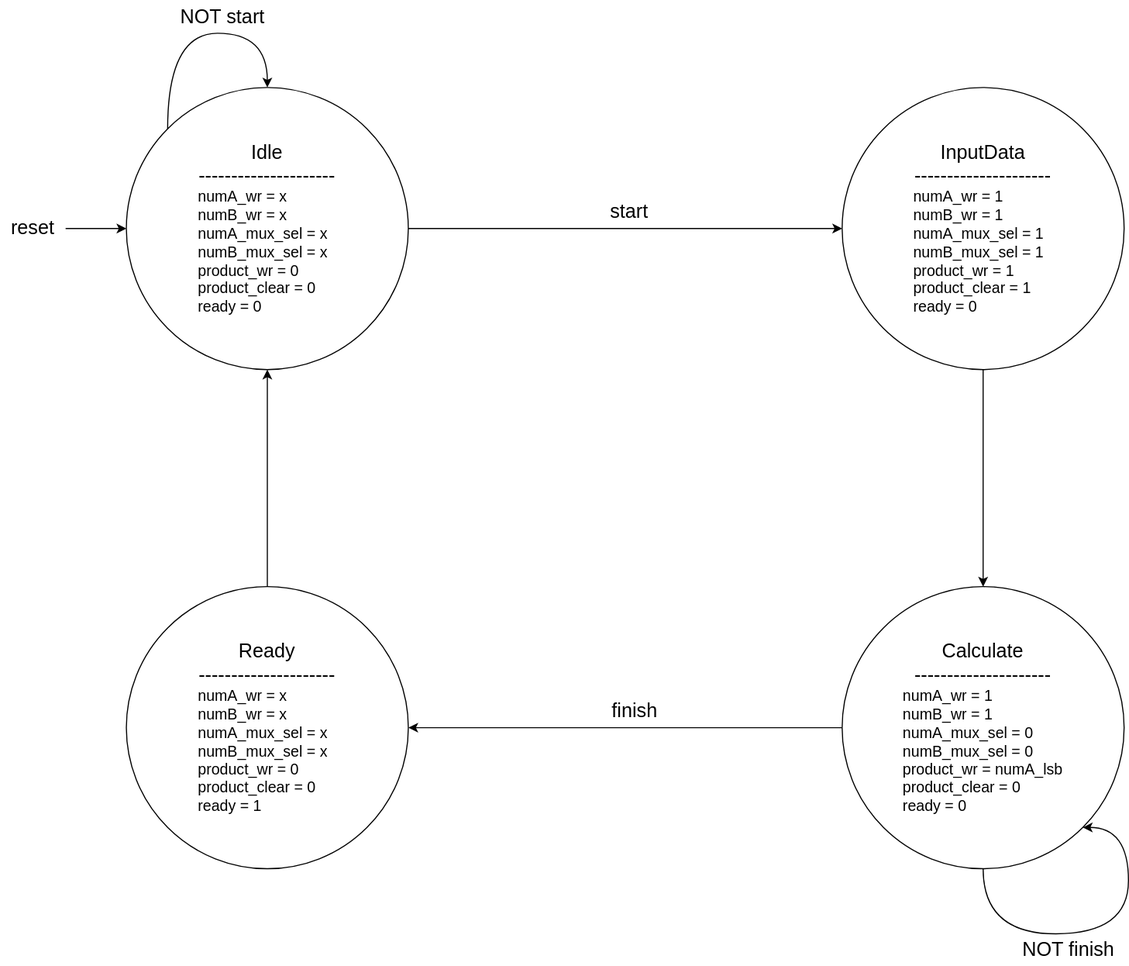
This is Tayyab/SequentialSignedMultiplier/docs/images/stg.drawio.svg from medsuet/Xcelerium-IC-Design-Training, a draw.io export, as it was before one commit. Source tidied: cells renumbered, new cells last; positions are measured from the earlier drawing's top-left corner, leaving out a move shared by most shapes.
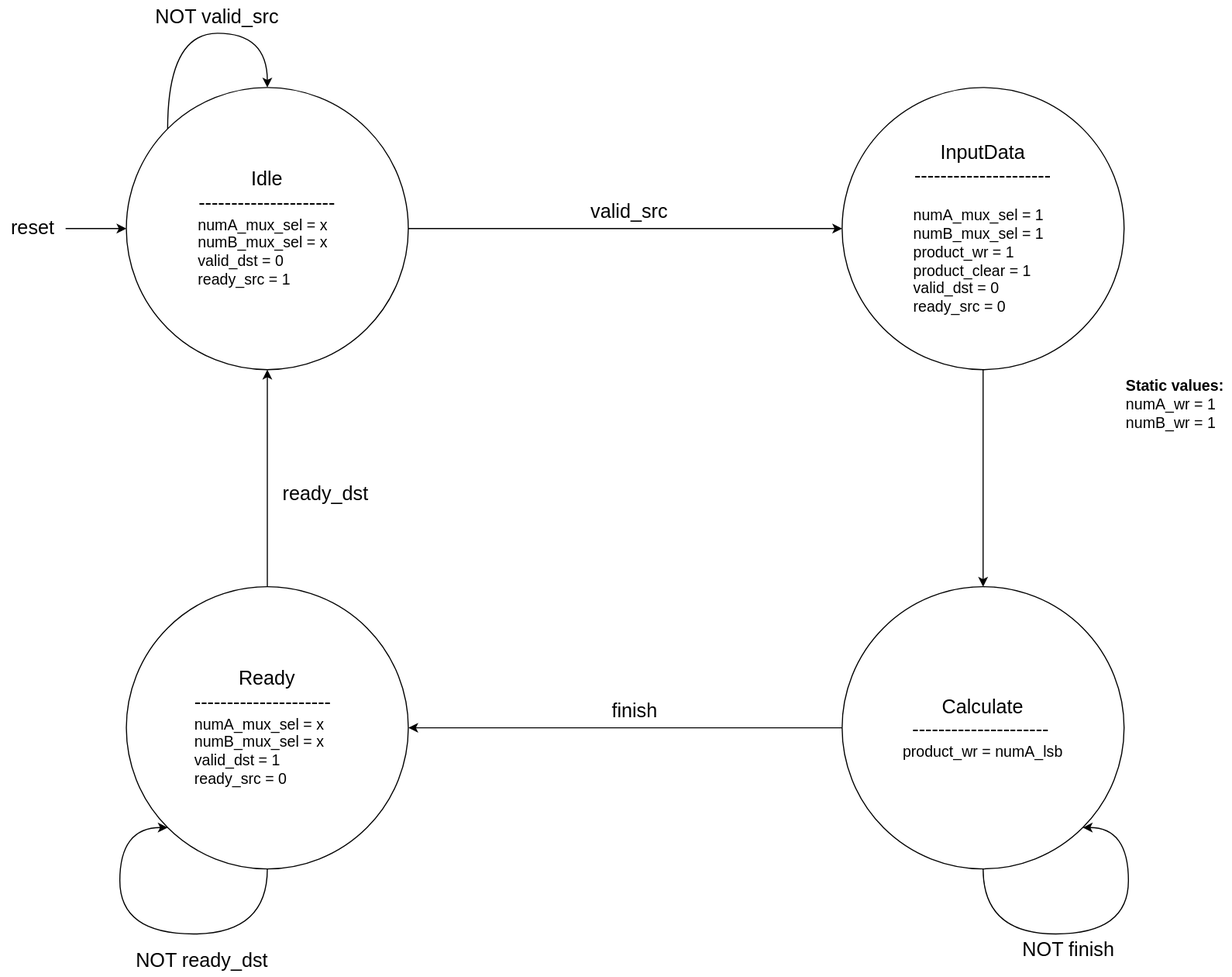
Later version of the same file.

Commit message:
Valid/ready interface on sequential signed multiplier

The edit, as a diff of the source:
```diff
@@ -5,23 +5,23 @@
     <mxCell id="2" style="edgeStyle=orthogonalEdgeStyle;rounded=0;jettySize=auto;html=1;exitX=1;exitY=0.5;exitDx=0;exitDy=0;entryX=0;entryY=0.5;entryDx=0;entryDy=0;" parent="1" edge="1" source="3" target="5">
       <mxGeometry relative="1" as="geometry" />
     </mxCell>
-    <mxCell id="3" value="&lt;font style=&quot;font-size: 18px;&quot;&gt;Idle&lt;/font&gt;&lt;div&gt;&lt;font style=&quot;font-size: 18px;&quot;&gt;---------------------&lt;/font&gt;&lt;/div&gt;&lt;div style=&quot;font-size: 14px;&quot;&gt;&lt;font style=&quot;font-size: 14px;&quot;&gt;&lt;div style=&quot;text-align: left;&quot;&gt;numA_wr = x&amp;nbsp;&lt;/div&gt;&lt;div style=&quot;text-align: left;&quot;&gt;numB_wr = x&amp;nbsp;&amp;nbsp;&lt;/div&gt;&lt;div style=&quot;text-align: left;&quot;&gt;numA_mux_sel = x&amp;nbsp;&lt;/div&gt;&lt;div style=&quot;text-align: left;&quot;&gt;numB_mux_sel = x&amp;nbsp;&amp;nbsp;&lt;/div&gt;&lt;div style=&quot;text-align: left;&quot;&gt;product_wr = 0&lt;/div&gt;&lt;div style=&quot;text-align: left;&quot;&gt;product_clear = 0&lt;/div&gt;&lt;div style=&quot;text-align: left;&quot;&gt;ready = 0&lt;/div&gt;&lt;/font&gt;&lt;/div&gt;" style="ellipse;whiteSpace=wrap;html=1;fontSize=18;" parent="1" vertex="1">
+    <mxCell id="3" value="&lt;font style=&quot;font-size: 18px;&quot;&gt;Idle&lt;/font&gt;&lt;div&gt;&lt;font style=&quot;font-size: 18px;&quot;&gt;---------------------&lt;/font&gt;&lt;/div&gt;&lt;div style=&quot;font-size: 14px;&quot;&gt;&lt;font style=&quot;font-size: 14px;&quot;&gt;&lt;div style=&quot;text-align: left;&quot;&gt;numA_mux_sel = x&amp;nbsp;&lt;/div&gt;&lt;div style=&quot;text-align: left;&quot;&gt;numB_mux_sel = x&amp;nbsp;&amp;nbsp;&lt;/div&gt;&lt;div style=&quot;text-align: left;&quot;&gt;valid_dst = 0&lt;/div&gt;&lt;div style=&quot;text-align: left;&quot;&gt;ready_src = 1&amp;nbsp;&lt;/div&gt;&lt;/font&gt;&lt;/div&gt;" style="ellipse;whiteSpace=wrap;html=1;fontSize=18;" parent="1" vertex="1">
       <mxGeometry x="116" y="80" width="260" height="260" as="geometry" />
     </mxCell>
     <mxCell id="4" style="edgeStyle=orthogonalEdgeStyle;rounded=0;jettySize=auto;html=1;exitX=0.5;exitY=1;exitDx=0;exitDy=0;entryX=0.5;entryY=0;entryDx=0;entryDy=0;" parent="1" edge="1" source="5" target="7">
       <mxGeometry relative="1" as="geometry" />
     </mxCell>
-    <mxCell id="5" value="&lt;font style=&quot;font-size: 18px;&quot;&gt;InputData&lt;/font&gt;&lt;div&gt;&lt;font style=&quot;font-size: 18px;&quot;&gt;---------------------&lt;/font&gt;&lt;/div&gt;&lt;div style=&quot;font-size: 14px;&quot;&gt;&lt;font style=&quot;font-size: 14px;&quot;&gt;&lt;div style=&quot;text-align: left;&quot;&gt;numA_wr = 1&amp;nbsp;&lt;/div&gt;&lt;div style=&quot;text-align: left;&quot;&gt;numB_wr = 1&amp;nbsp;&amp;nbsp;&lt;/div&gt;&lt;div style=&quot;text-align: left;&quot;&gt;numA_mux_sel = 1&lt;/div&gt;&lt;div style=&quot;text-align: left;&quot;&gt;numB_mux_sel = 1&amp;nbsp;&amp;nbsp;&lt;/div&gt;&lt;div style=&quot;text-align: left;&quot;&gt;product_wr = 1&lt;/div&gt;&lt;div style=&quot;text-align: left;&quot;&gt;product_clear = 1&lt;/div&gt;&lt;div style=&quot;text-align: left;&quot;&gt;ready = 0&lt;/div&gt;&lt;/font&gt;&lt;/div&gt;" style="ellipse;whiteSpace=wrap;html=1;fontSize=18;" parent="1" vertex="1">
+    <mxCell id="5" value="&lt;font style=&quot;font-size: 18px;&quot;&gt;InputData&lt;/font&gt;&lt;div&gt;&lt;font style=&quot;font-size: 18px;&quot;&gt;---------------------&lt;/font&gt;&lt;/div&gt;&lt;div style=&quot;font-size: 14px;&quot;&gt;&lt;font style=&quot;font-size: 14px;&quot;&gt;&lt;div style=&quot;text-align: left;&quot;&gt;&lt;br&gt;&lt;/div&gt;&lt;div style=&quot;text-align: left;&quot;&gt;numA_mux_sel = 1&lt;/div&gt;&lt;div style=&quot;text-align: left;&quot;&gt;numB_mux_sel = 1&amp;nbsp;&amp;nbsp;&lt;/div&gt;&lt;div style=&quot;text-align: left;&quot;&gt;product_wr = 1&lt;/div&gt;&lt;div style=&quot;text-align: left;&quot;&gt;product_clear = 1&lt;/div&gt;&lt;div style=&quot;text-align: left;&quot;&gt;&lt;div&gt;valid_dst = 0&lt;/div&gt;&lt;div&gt;ready_src = 0&amp;nbsp;&lt;/div&gt;&lt;/div&gt;&lt;/font&gt;&lt;/div&gt;" style="ellipse;whiteSpace=wrap;html=1;fontSize=18;" parent="1" vertex="1">
       <mxGeometry x="776" y="80" width="260" height="260" as="geometry" />
     </mxCell>
     <mxCell id="6" style="edgeStyle=orthogonalEdgeStyle;rounded=0;jettySize=auto;html=1;exitX=0;exitY=0.5;exitDx=0;exitDy=0;entryX=1;entryY=0.5;entryDx=0;entryDy=0;" parent="1" edge="1" source="7" target="12">
       <mxGeometry relative="1" as="geometry" />
     </mxCell>
-    <mxCell id="7" value="Calculate&lt;br&gt;&lt;div&gt;&lt;font style=&quot;font-size: 18px;&quot;&gt;---------------------&lt;/font&gt;&lt;/div&gt;&lt;div style=&quot;font-size: 14px;&quot;&gt;&lt;font style=&quot;font-size: 14px;&quot;&gt;&lt;div style=&quot;text-align: left;&quot;&gt;numA_wr = 1&amp;nbsp;&lt;/div&gt;&lt;div style=&quot;text-align: left;&quot;&gt;numB_wr = 1&amp;nbsp;&amp;nbsp;&lt;/div&gt;&lt;div style=&quot;text-align: left;&quot;&gt;numA_mux_sel = 0&amp;nbsp;&lt;/div&gt;&lt;div style=&quot;text-align: left;&quot;&gt;numB_mux_sel = 0&amp;nbsp;&amp;nbsp;&lt;/div&gt;&lt;div style=&quot;text-align: left;&quot;&gt;product_wr = numA_lsb&lt;/div&gt;&lt;div style=&quot;text-align: left;&quot;&gt;product_clear = 0&lt;/div&gt;&lt;div style=&quot;text-align: left;&quot;&gt;ready = 0&lt;/div&gt;&lt;/font&gt;&lt;/div&gt;" style="ellipse;whiteSpace=wrap;html=1;fontSize=18;" parent="1" vertex="1">
+    <mxCell id="7" value="Calculate&lt;br&gt;&lt;div&gt;&lt;font style=&quot;font-size: 18px;&quot;&gt;---------------------&lt;/font&gt;&lt;span style=&quot;background-color: initial; text-align: left; font-size: 14px;&quot;&gt;&amp;nbsp;&lt;/span&gt;&lt;/div&gt;&lt;div style=&quot;font-size: 14px;&quot;&gt;&lt;font style=&quot;font-size: 14px;&quot;&gt;&lt;div style=&quot;text-align: left;&quot;&gt;product_wr = numA_lsb&lt;/div&gt;&lt;/font&gt;&lt;/div&gt;" style="ellipse;whiteSpace=wrap;html=1;fontSize=18;" parent="1" vertex="1">
       <mxGeometry x="776" y="540" width="260" height="260" as="geometry" />
     </mxCell>
-    <mxCell id="8" value="start" style="text;html=1;align=center;verticalAlign=middle;whiteSpace=wrap;rounded=0;fontSize=18;" parent="1" vertex="1">
-      <mxGeometry x="550" y="180" width="60" height="30" as="geometry" />
+    <mxCell id="8" value="valid_src" style="text;html=1;align=center;verticalAlign=middle;whiteSpace=wrap;rounded=0;fontSize=18;" parent="1" vertex="1">
+      <mxGeometry x="530" y="180" width="100" height="30" as="geometry" />
     </mxCell>
     <mxCell id="9" value="NOT finish" style="text;html=1;align=center;verticalAlign=middle;whiteSpace=wrap;rounded=0;fontSize=18;" parent="1" vertex="1">
       <mxGeometry x="940" y="860" width="90" height="30" as="geometry" />
@@ -32,7 +32,7 @@
     <mxCell id="11" style="edgeStyle=orthogonalEdgeStyle;rounded=0;jettySize=auto;html=1;exitX=0.5;exitY=0;exitDx=0;exitDy=0;entryX=0.5;entryY=1;entryDx=0;entryDy=0;" parent="1" edge="1" source="12" target="3">
       <mxGeometry relative="1" as="geometry" />
     </mxCell>
-    <mxCell id="12" value="&lt;font style=&quot;font-size: 18px;&quot;&gt;Ready&lt;/font&gt;&lt;div&gt;&lt;font style=&quot;font-size: 18px;&quot;&gt;---------------------&lt;/font&gt;&lt;/div&gt;&lt;div style=&quot;font-size: 14px;&quot;&gt;&lt;font style=&quot;font-size: 14px;&quot;&gt;&lt;div style=&quot;text-align: left;&quot;&gt;numA_wr = x&amp;nbsp;&lt;/div&gt;&lt;div style=&quot;text-align: left;&quot;&gt;numB_wr = x&amp;nbsp;&amp;nbsp;&lt;/div&gt;&lt;div style=&quot;text-align: left;&quot;&gt;numA_mux_sel = x&amp;nbsp;&lt;/div&gt;&lt;div style=&quot;text-align: left;&quot;&gt;numB_mux_sel = x&amp;nbsp;&amp;nbsp;&lt;/div&gt;&lt;div style=&quot;text-align: left;&quot;&gt;product_wr = 0&lt;/div&gt;&lt;div style=&quot;text-align: left;&quot;&gt;product_clear = 0&lt;/div&gt;&lt;div style=&quot;text-align: left;&quot;&gt;ready = 1&lt;/div&gt;&lt;/font&gt;&lt;/div&gt;" style="ellipse;whiteSpace=wrap;html=1;fontSize=18;" parent="1" vertex="1">
+    <mxCell id="12" value="&lt;font style=&quot;font-size: 18px;&quot;&gt;Ready&lt;/font&gt;&lt;div&gt;&lt;font style=&quot;font-size: 18px;&quot;&gt;---------------------&lt;/font&gt;&lt;span style=&quot;background-color: initial; text-align: left; font-size: 14px;&quot;&gt;&amp;nbsp;&amp;nbsp;&lt;/span&gt;&lt;/div&gt;&lt;div style=&quot;font-size: 14px;&quot;&gt;&lt;font style=&quot;font-size: 14px;&quot;&gt;&lt;div style=&quot;text-align: left;&quot;&gt;numA_mux_sel = x&amp;nbsp;&lt;/div&gt;&lt;div style=&quot;text-align: left;&quot;&gt;numB_mux_sel = x&amp;nbsp;&amp;nbsp;&lt;/div&gt;&lt;div style=&quot;text-align: left;&quot;&gt;&lt;div&gt;valid_dst = 1&lt;/div&gt;&lt;div&gt;ready_src = 0&amp;nbsp;&lt;/div&gt;&lt;/div&gt;&lt;/font&gt;&lt;/div&gt;" style="ellipse;whiteSpace=wrap;html=1;fontSize=18;" parent="1" vertex="1">
       <mxGeometry x="116" y="540" width="260" height="260" as="geometry" />
     </mxCell>
     <mxCell id="13" style="edgeStyle=orthogonalEdgeStyle;rounded=0;orthogonalLoop=1;jettySize=auto;html=1;exitX=0.5;exitY=1;exitDx=0;exitDy=0;entryX=1;entryY=1;entryDx=0;entryDy=0;curved=1;" parent="1" edge="1" source="7" target="7">
@@ -58,8 +58,26 @@
         </Array>
       </mxGeometry>
     </mxCell>
-    <mxCell id="17" value="NOT start" style="text;html=1;align=center;verticalAlign=middle;whiteSpace=wrap;rounded=0;fontSize=18;" parent="1" vertex="1">
-      <mxGeometry x="160" width="90" height="30" as="geometry" />
+    <mxCell id="17" value="NOT valid_src" style="text;html=1;align=center;verticalAlign=middle;whiteSpace=wrap;rounded=0;fontSize=18;" parent="1" vertex="1">
+      <mxGeometry x="140" width="120" height="30" as="geometry" />
     </mxCell>
+    <mxCell id="18" value="&lt;div style=&quot;font-size: 14px;&quot;&gt;&lt;b style=&quot;&quot;&gt;&lt;font style=&quot;font-size: 14px;&quot;&gt;Static values:&lt;/font&gt;&lt;/b&gt;&lt;/div&gt;&lt;font style=&quot;font-size: 14px;&quot;&gt;numA_wr = 1 &lt;br&gt;numB_wr = 1&lt;/font&gt;" style="text;whiteSpace=wrap;html=1;" parent="1" vertex="1">
+      <mxGeometry x="1036" y="340" width="100" height="110" as="geometry" />
+    </mxCell>
+    <mxCell id="19" value="ready_dst" style="text;html=1;align=center;verticalAlign=middle;whiteSpace=wrap;rounded=0;fontSize=18;" parent="1" vertex="1">
+      <mxGeometry x="250" y="440" width="100" height="30" as="geometry" />
+    </mxCell>
+    <mxCell id="20" value="NOT ready_dst" style="text;html=1;align=center;verticalAlign=middle;whiteSpace=wrap;rounded=0;fontSize=18;" parent="1" vertex="1">
+      <mxGeometry x="116" y="870" width="140" height="30" as="geometry" />
+    </mxCell>
+    <mxCell id="21" style="edgeStyle=orthogonalEdgeStyle;rounded=0;orthogonalLoop=1;jettySize=auto;html=1;exitX=0.5;exitY=1;exitDx=0;exitDy=0;entryX=0;entryY=1;entryDx=0;entryDy=0;curved=1;" parent="1" edge="1" source="12" target="12">
+      <mxGeometry relative="1" as="geometry">
+        <Array as="points">
+          <mxPoint x="246" y="860" />
+          <mxPoint x="110" y="860" />
+          <mxPoint x="110" y="762" />
+        </Array>
+      </mxGeometry>
+    </mxCell>
   </root>
 </mxGraphModel>
```
